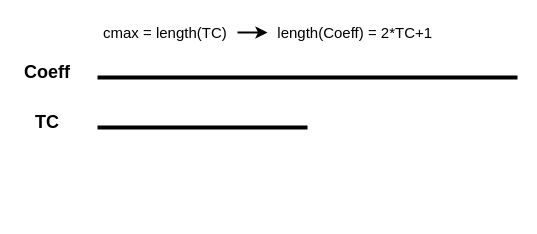
Earlier version of the draw.io diagram page "TP_4" (1 of 2) of git-static/diagram.drawio (LonelVino/CDN). Source tidied: cells renumbered, new cells numbered last; positions are measured from the earlier drawing's top-left corner, leaving out a move shared by most shapes. Both pictures are drawn from the tidied source at 100%, with x=0, y=0 at pixel (17, 17).
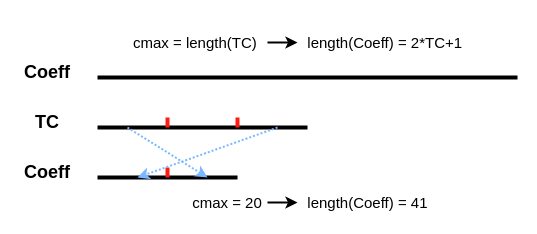
The same diagram, later.

What changed in the source:
```diff
@@
     <mxCell id="6" value="&lt;font style=&quot;font-size: 15px&quot;&gt;cmax = length(TC)&amp;nbsp;&lt;/font&gt;" style="text;html=1;strokeColor=none;fillColor=none;align=center;verticalAlign=middle;whiteSpace=wrap;rounded=0;fontSize=18;" parent="1" vertex="1">
-      <mxGeometry x="80" width="140" height="30" as="geometry" />
+      <mxGeometry x="110" y="10" width="140" height="30" as="geometry" />
     </mxCell>
     <mxCell id="7" value="&lt;div style=&quot;text-align: center&quot;&gt;&lt;span&gt;&lt;font face=&quot;helvetica&quot;&gt;&amp;nbsp; length(Coeff) = 2*TC+1&lt;/font&gt;&lt;/span&gt;&lt;/div&gt;" style="text;whiteSpace=wrap;html=1;fontSize=15;" parent="1" vertex="1">
-      <mxGeometry x="250" width="180" height="30" as="geometry" />
+      <mxGeometry x="280" y="10" width="180" height="30" as="geometry" />
     </mxCell>
@@
+    <mxCell id="9" style="endArrow=none;html=1;rounded=0;fontStyle=0;strokeWidth=4;" parent="1" edge="1">
+      <mxGeometry relative="1" as="geometry">
+        <mxPoint x="80" y="160" as="sourcePoint" />
+        <mxPoint x="220" y="160" as="targetPoint" />
+      </mxGeometry>
+    </mxCell>
+    <mxCell id="10" value="&lt;font style=&quot;font-size: 18px&quot;&gt;&lt;b&gt;Coeff&lt;/b&gt;&lt;/font&gt;" style="text;html=1;strokeColor=none;fillColor=none;align=center;verticalAlign=middle;whiteSpace=wrap;rounded=0;" parent="1" vertex="1">
+      <mxGeometry y="140" width="60" height="30" as="geometry" />
+    </mxCell>
+    <mxCell id="11" value="&lt;font style=&quot;font-size: 15px&quot;&gt;cmax = 20&lt;/font&gt;" style="text;html=1;strokeColor=none;fillColor=none;align=center;verticalAlign=middle;whiteSpace=wrap;rounded=0;fontSize=18;" parent="1" vertex="1">
+      <mxGeometry x="170" y="170" width="80" height="30" as="geometry" />
+    </mxCell>
+    <mxCell id="12" value="&lt;div style=&quot;text-align: center&quot;&gt;&lt;span&gt;&lt;font face=&quot;helvetica&quot;&gt;&amp;nbsp; length(Coeff) = 41&lt;/font&gt;&lt;/span&gt;&lt;/div&gt;" style="text;whiteSpace=wrap;html=1;fontSize=15;" parent="1" vertex="1">
+      <mxGeometry x="280" y="170" width="140" height="30" as="geometry" />
+    </mxCell>
+    <mxCell id="13" style="endArrow=classic;html=1;rounded=0;fontSize=15;strokeWidth=2;exitX=1;exitY=0.5;exitDx=0;exitDy=0;entryX=0;entryY=0.5;entryDx=0;entryDy=0;" parent="1" edge="1" source="11" target="12">
+      <mxGeometry relative="1" as="geometry" />
+    </mxCell>
+    <mxCell id="14" style="endArrow=none;html=1;rounded=0;fontSize=15;strokeWidth=4;strokeColor=#FF1A12;" parent="1" edge="1">
+      <mxGeometry relative="1" as="geometry">
+        <mxPoint x="150" y="160" as="sourcePoint" />
+        <mxPoint x="150" y="150" as="targetPoint" />
+      </mxGeometry>
+    </mxCell>
+    <mxCell id="15" style="endArrow=none;html=1;rounded=0;fontSize=15;strokeWidth=4;strokeColor=#FF1A12;" parent="1" edge="1">
+      <mxGeometry relative="1" as="geometry">
+        <mxPoint x="220" y="100" as="sourcePoint" />
+        <mxPoint x="220" y="110" as="targetPoint" />
+      </mxGeometry>
+    </mxCell>
+    <mxCell id="16" style="endArrow=none;html=1;rounded=0;fontSize=15;strokeWidth=4;strokeColor=#FF1A12;" parent="1" edge="1">
+      <mxGeometry relative="1" as="geometry">
+        <mxPoint x="150" y="110" as="sourcePoint" />
+        <mxPoint x="150" y="100" as="targetPoint" />
+      </mxGeometry>
+    </mxCell>
+    <mxCell id="17" style="endArrow=classic;html=1;rounded=0;fontSize=15;strokeColor=#7AB8FF;strokeWidth=2;dashed=1;dashPattern=1 1;" parent="1" edge="1">
+      <mxGeometry relative="1" as="geometry">
+        <mxPoint x="260" y="110" as="sourcePoint" />
+        <mxPoint x="120" y="160" as="targetPoint" />
+      </mxGeometry>
+    </mxCell>
+    <mxCell id="18" style="endArrow=classic;html=1;rounded=0;fontSize=15;strokeColor=#7AB8FF;strokeWidth=2;dashed=1;dashPattern=1 1;" parent="1" edge="1">
+      <mxGeometry relative="1" as="geometry">
+        <mxPoint x="110" y="110" as="sourcePoint" />
+        <mxPoint x="190" y="160" as="targetPoint" />
+      </mxGeometry>
+    </mxCell>
```
